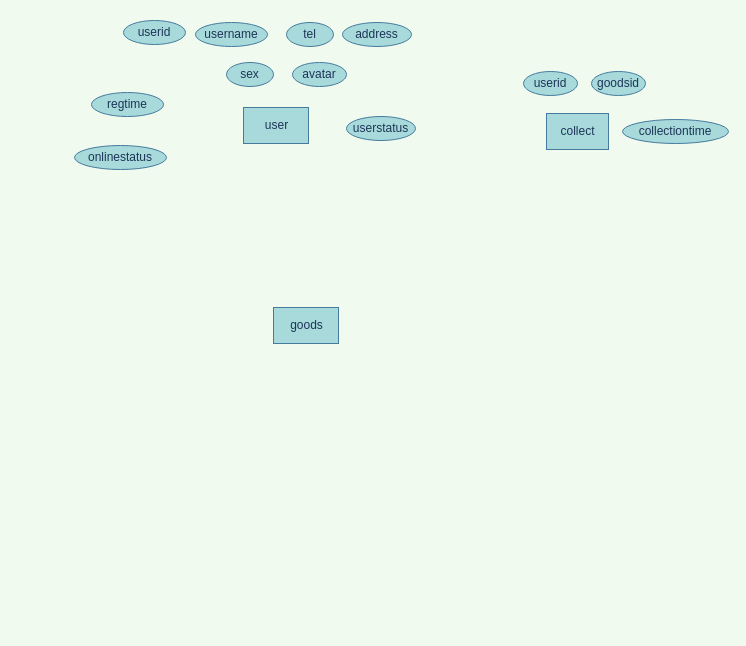
Above: 跳蚤市场数据库ER图.drawio in 200928/image (draw.io), before the change. Source tidied: cells renumbered, new cells numbered last; positions are measured from the earlier drawing's top-left corner, leaving out a move shared by most shapes. Both pictures are drawn from the tidied source at 100%, with x=0, y=0 at pixel (74, 20).
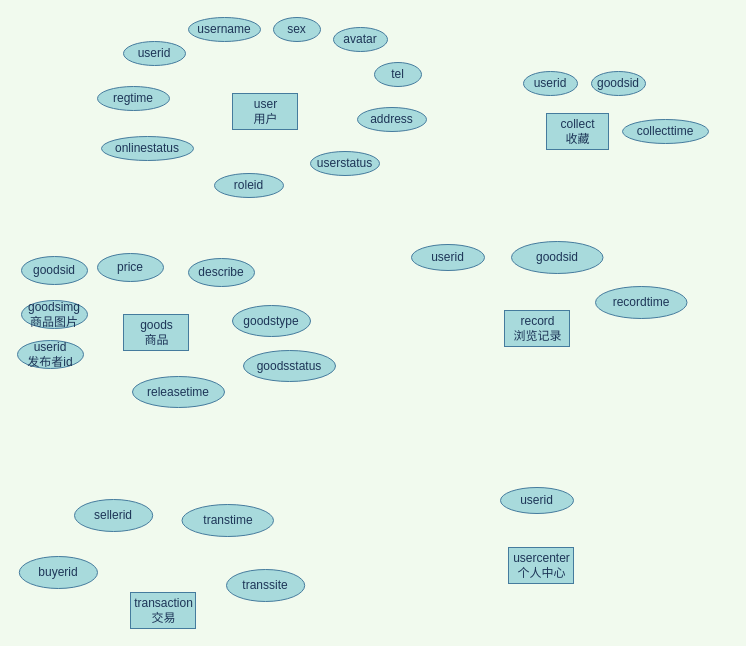
Above is the later version.

Commit message:
更新跳蚤市场数据库ER图.drawio

What changed in the source:
```diff
@@
-    <mxCell id="2" value="user" style="html=1;fillColor=#A8DADC;strokeColor=#457B9D;fontColor=#1D3557;" parent="1" vertex="1">
-      <mxGeometry x="169" y="87" width="65" height="36" as="geometry" />
+    <mxCell id="2" value="user&lt;br&gt;用户" style="html=1;fillColor=#A8DADC;strokeColor=#457B9D;fontColor=#1D3557;" parent="1" vertex="1">
+      <mxGeometry x="158" y="73" width="65" height="36" as="geometry" />
     </mxCell>
-    <mxCell id="3" value="collect" style="html=1;fillColor=#A8DADC;strokeColor=#457B9D;fontColor=#1D3557;" parent="1" vertex="1">
+    <mxCell id="3" value="collect&lt;br&gt;收藏" style="html=1;fillColor=#A8DADC;strokeColor=#457B9D;fontColor=#1D3557;" parent="1" vertex="1">
       <mxGeometry x="472" y="93" width="62" height="36" as="geometry" />
     </mxCell>
     <mxCell id="4" value="userid" style="ellipse;whiteSpace=wrap;html=1;rounded=0;sketch=0;fontColor=#1D3557;strokeColor=#457B9D;fillColor=#A8DADC;" parent="1" vertex="1">
-      <mxGeometry x="49" width="62" height="24" as="geometry" />
+      <mxGeometry x="49" y="21" width="62" height="24" as="geometry" />
     </mxCell>
     <mxCell id="5" value="username" style="ellipse;whiteSpace=wrap;html=1;rounded=0;sketch=0;fontColor=#1D3557;strokeColor=#457B9D;fillColor=#A8DADC;" parent="1" vertex="1">
-      <mxGeometry x="121" y="2" width="72" height="24" as="geometry" />
+      <mxGeometry x="114" y="-3" width="72" height="24" as="geometry" />
     </mxCell>
     <mxCell id="6" value="tel" style="ellipse;whiteSpace=wrap;html=1;rounded=0;sketch=0;fontColor=#1D3557;strokeColor=#457B9D;fillColor=#A8DADC;" parent="1" vertex="1">
-      <mxGeometry x="212" y="2" width="47" height="24" as="geometry" />
+      <mxGeometry x="300" y="42" width="47" height="24" as="geometry" />
     </mxCell>
     <mxCell id="7" value="address" style="ellipse;whiteSpace=wrap;html=1;rounded=0;sketch=0;fontColor=#1D3557;strokeColor=#457B9D;fillColor=#A8DADC;" parent="1" vertex="1">
-      <mxGeometry x="268" y="2" width="69" height="24" as="geometry" />
+      <mxGeometry x="283" y="87" width="69" height="24" as="geometry" />
     </mxCell>
     <mxCell id="8" value="sex" style="ellipse;whiteSpace=wrap;html=1;rounded=0;sketch=0;fontColor=#1D3557;strokeColor=#457B9D;fillColor=#A8DADC;" parent="1" vertex="1">
-      <mxGeometry x="152" y="42" width="47" height="24" as="geometry" />
+      <mxGeometry x="199" y="-3" width="47" height="24" as="geometry" />
     </mxCell>
     <mxCell id="9" value="avatar" style="ellipse;whiteSpace=wrap;html=1;rounded=0;sketch=0;fontColor=#1D3557;strokeColor=#457B9D;fillColor=#A8DADC;" parent="1" vertex="1">
-      <mxGeometry x="218" y="42" width="54" height="24" as="geometry" />
+      <mxGeometry x="259" y="7" width="54" height="24" as="geometry" />
     </mxCell>
     <mxCell id="10" value="regtime" style="ellipse;whiteSpace=wrap;html=1;rounded=0;sketch=0;fontColor=#1D3557;strokeColor=#457B9D;fillColor=#A8DADC;" parent="1" vertex="1">
-      <mxGeometry x="17" y="72" width="72" height="24" as="geometry" />
+      <mxGeometry x="23" y="66" width="72" height="24" as="geometry" />
     </mxCell>
     <mxCell id="11" value="onlinestatus" style="ellipse;whiteSpace=wrap;html=1;rounded=0;sketch=0;fontColor=#1D3557;strokeColor=#457B9D;fillColor=#A8DADC;" parent="1" vertex="1">
-      <mxGeometry y="125" width="92" height="24" as="geometry" />
+      <mxGeometry x="27" y="116" width="92" height="24" as="geometry" />
     </mxCell>
     <mxCell id="12" value="userstatus" style="ellipse;whiteSpace=wrap;html=1;rounded=0;sketch=0;fontColor=#1D3557;strokeColor=#457B9D;fillColor=#A8DADC;" parent="1" vertex="1">
-      <mxGeometry x="272" y="96" width="69" height="24" as="geometry" />
+      <mxGeometry x="236" y="131" width="69" height="24" as="geometry" />
     </mxCell>
@@
-    <mxCell id="15" value="collectiontime" style="ellipse;whiteSpace=wrap;html=1;rounded=0;sketch=0;fontColor=#1D3557;strokeColor=#457B9D;fillColor=#A8DADC;" parent="1" vertex="1">
-      <mxGeometry x="548" y="99" width="106" height="24" as="geometry" />
+    <mxCell id="15" value="collecttime" style="ellipse;whiteSpace=wrap;html=1;rounded=0;sketch=0;fontColor=#1D3557;strokeColor=#457B9D;fillColor=#A8DADC;" parent="1" vertex="1">
+      <mxGeometry x="548" y="99" width="86" height="24" as="geometry" />
     </mxCell>
-    <mxCell id="16" value="goods" style="html=1;fillColor=#A8DADC;strokeColor=#457B9D;fontColor=#1D3557;" parent="1" vertex="1">
-      <mxGeometry x="199" y="287" width="65" height="36" as="geometry" />
+    <mxCell id="16" value="goods&lt;br&gt;商品" style="html=1;fillColor=#A8DADC;strokeColor=#457B9D;fontColor=#1D3557;" parent="1" vertex="1">
+      <mxGeometry x="49" y="294" width="65" height="36" as="geometry" />
     </mxCell>
+    <mxCell id="17" value="record&lt;br&gt;浏览记录" style="html=1;fillColor=#A8DADC;strokeColor=#457B9D;fontColor=#1D3557;" parent="1" vertex="1">
+      <mxGeometry x="430" y="290" width="65" height="36" as="geometry" />
+    </mxCell>
+    <mxCell id="18" value="goodsid" style="ellipse;whiteSpace=wrap;html=1;rounded=0;sketch=0;fontColor=#1D3557;strokeColor=#457B9D;fillColor=#A8DADC;" parent="1" vertex="1">
+      <mxGeometry x="-53" y="236" width="66" height="28" as="geometry" />
+    </mxCell>
+    <mxCell id="19" value="price" style="ellipse;whiteSpace=wrap;html=1;rounded=0;sketch=0;fontColor=#1D3557;strokeColor=#457B9D;fillColor=#A8DADC;" parent="1" vertex="1">
+      <mxGeometry x="23" y="233" width="66" height="28" as="geometry" />
+    </mxCell>
+    <mxCell id="20" value="describe" style="ellipse;whiteSpace=wrap;html=1;rounded=0;sketch=0;fontColor=#1D3557;strokeColor=#457B9D;fillColor=#A8DADC;" parent="1" vertex="1">
+      <mxGeometry x="114" y="238" width="66" height="28" as="geometry" />
+    </mxCell>
+    <mxCell id="21" value="goodstype" style="ellipse;whiteSpace=wrap;html=1;rounded=0;sketch=0;fontColor=#1D3557;strokeColor=#457B9D;fillColor=#A8DADC;" parent="1" vertex="1">
+      <mxGeometry x="158" y="285" width="78" height="31" as="geometry" />
+    </mxCell>
+    <mxCell id="22" value="goodsstatus" style="ellipse;whiteSpace=wrap;html=1;rounded=0;sketch=0;fontColor=#1D3557;strokeColor=#457B9D;fillColor=#A8DADC;" parent="1" vertex="1">
+      <mxGeometry x="169" y="330" width="92" height="31" as="geometry" />
+    </mxCell>
+    <mxCell id="23" value="releasetime" style="ellipse;whiteSpace=wrap;html=1;rounded=0;sketch=0;fontColor=#1D3557;strokeColor=#457B9D;fillColor=#A8DADC;" parent="1" vertex="1">
+      <mxGeometry x="58" y="356" width="92" height="31" as="geometry" />
+    </mxCell>
+    <mxCell id="24" value="transaction&lt;br&gt;交易" style="html=1;fillColor=#A8DADC;strokeColor=#457B9D;fontColor=#1D3557;" parent="1" vertex="1">
+      <mxGeometry x="56" y="572" width="65" height="36" as="geometry" />
+    </mxCell>
+    <mxCell id="25" value="goodsimg&lt;br&gt;商品图片" style="ellipse;whiteSpace=wrap;html=1;rounded=0;sketch=0;fontColor=#1D3557;strokeColor=#457B9D;fillColor=#A8DADC;" parent="1" vertex="1">
+      <mxGeometry x="-53" y="280" width="66" height="28" as="geometry" />
+    </mxCell>
+    <mxCell id="26" value="transtime" style="ellipse;whiteSpace=wrap;html=1;rounded=0;sketch=0;fontColor=#1D3557;strokeColor=#457B9D;fillColor=#A8DADC;" parent="1" vertex="1">
+      <mxGeometry x="107.5" y="484" width="91.5" height="32" as="geometry" />
+    </mxCell>
+    <mxCell id="27" value="transsite" style="ellipse;whiteSpace=wrap;html=1;rounded=0;sketch=0;fontColor=#1D3557;strokeColor=#457B9D;fillColor=#A8DADC;" parent="1" vertex="1">
+      <mxGeometry x="152" y="549" width="78.2" height="32" as="geometry" />
+    </mxCell>
+    <mxCell id="28" value="buyerid" style="ellipse;whiteSpace=wrap;html=1;rounded=0;sketch=0;fontColor=#1D3557;strokeColor=#457B9D;fillColor=#A8DADC;" parent="1" vertex="1">
+      <mxGeometry x="-55.2" y="536" width="78.2" height="32" as="geometry" />
+    </mxCell>
+    <mxCell id="29" value="sellerid" style="ellipse;whiteSpace=wrap;html=1;rounded=0;sketch=0;fontColor=#1D3557;strokeColor=#457B9D;fillColor=#A8DADC;" parent="1" vertex="1">
+      <mxGeometry y="479" width="78.2" height="32" as="geometry" />
+    </mxCell>
+    <mxCell id="30" value="goodsid" style="ellipse;whiteSpace=wrap;html=1;rounded=0;sketch=0;fontColor=#1D3557;strokeColor=#457B9D;fillColor=#A8DADC;" parent="1" vertex="1">
+      <mxGeometry x="437" y="221" width="91.5" height="32" as="geometry" />
+    </mxCell>
+    <mxCell id="31" value="userid" style="ellipse;whiteSpace=wrap;html=1;rounded=0;sketch=0;fontColor=#1D3557;strokeColor=#457B9D;fillColor=#A8DADC;" parent="1" vertex="1">
+      <mxGeometry x="337" y="224" width="73" height="26" as="geometry" />
+    </mxCell>
+    <mxCell id="32" value="recordtime" style="ellipse;whiteSpace=wrap;html=1;rounded=0;sketch=0;fontColor=#1D3557;strokeColor=#457B9D;fillColor=#A8DADC;" parent="1" vertex="1">
+      <mxGeometry x="521" y="266" width="91.5" height="32" as="geometry" />
+    </mxCell>
+    <mxCell id="33" value="usercenter&lt;br&gt;个人中心" style="html=1;fillColor=#A8DADC;strokeColor=#457B9D;fontColor=#1D3557;" parent="1" vertex="1">
+      <mxGeometry x="434" y="527" width="65" height="36" as="geometry" />
+    </mxCell>
+    <mxCell id="34" value="userid" style="ellipse;whiteSpace=wrap;html=1;rounded=0;sketch=0;fontColor=#1D3557;strokeColor=#457B9D;fillColor=#A8DADC;" parent="1" vertex="1">
+      <mxGeometry x="426" y="467" width="73" height="26" as="geometry" />
+    </mxCell>
+    <mxCell id="35" value="userid&lt;br&gt;发布者id" style="ellipse;whiteSpace=wrap;html=1;rounded=0;sketch=0;fontColor=#1D3557;strokeColor=#457B9D;fillColor=#A8DADC;" parent="1" vertex="1">
+      <mxGeometry x="-57" y="320" width="66" height="28" as="geometry" />
+    </mxCell>
+    <mxCell id="36" value="roleid" style="ellipse;whiteSpace=wrap;html=1;rounded=0;sketch=0;fontColor=#1D3557;strokeColor=#457B9D;fillColor=#A8DADC;" parent="1" vertex="1">
+      <mxGeometry x="140" y="153" width="69" height="24" as="geometry" />
+    </mxCell>
```
